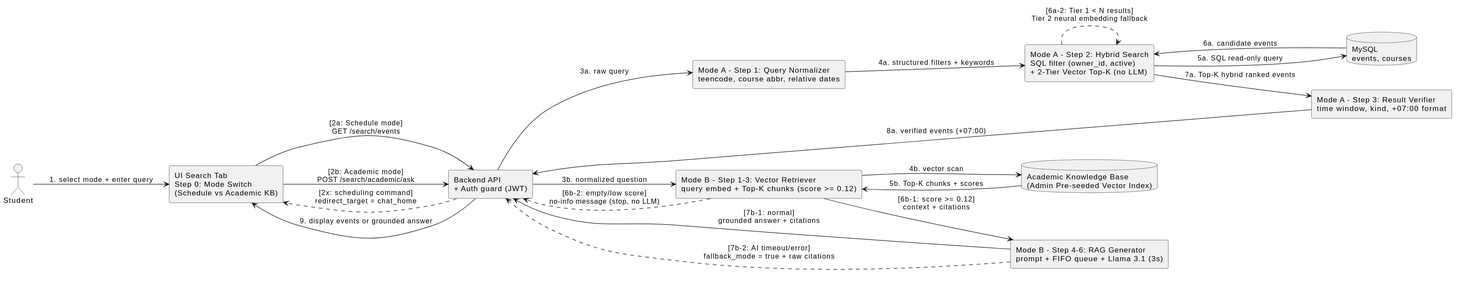
Before: sourceCode/BE/assets/schedule_query.svg, a diagram exported from PlantUML (csc10014-team04/AI-assistant-project-team04). Its diagram source:
```plantuml
@startuml
left to right direction
actor Student
rectangle "UI Search Tab\nStep 0: Mode Switch\n(Schedule vs Academic KB)" as UI
rectangle "Backend API\n+ Auth guard (JWT)" as API

rectangle "Mode A - Step 1: Query Normalizer\nteencode, course abbr, relative dates" as OPT
rectangle "Mode A - Step 2: Hybrid Search\nSQL filter (owner_id, active)\n+ 2-Tier Vector Top-K (no LLM)" as HSRCH
rectangle "Mode A - Step 3: Result Verifier\ntime window, kind, +07:00 format" as VER
database "MySQL\nevents, courses" as DB

rectangle "Mode B - Step 1-3: Vector Retriever\nquery embed + Top-K chunks (score >= 0.12)" as RET
database "Academic Knowledge Base\n(Admin Pre-seeded Vector Index)" as KB
rectangle "Mode B - Step 4-6: RAG Generator\nprompt + FIFO queue + Llama 3.1 (3s)" as RAG

Student --> UI : 1. select mode + enter query

API ..> UI : [2x: scheduling command]\nredirect_target = chat_home

UI --> API : [2a: Schedule mode]\nGET /search/events
API --> OPT : 3a. raw query
OPT --> HSRCH : 4a. structured filters + keywords
HSRCH --> DB : 5a. SQL read-only query
DB --> HSRCH : 6a. candidate events
HSRCH ..> HSRCH : [6a-2: Tier 1 < N results]\nTier 2 neural embedding fallback
HSRCH --> VER : 7a. Top-K hybrid ranked events
VER --> API : 8a. verified events (+07:00)

UI --> API : [2b: Academic mode]\nPOST /search/academic/ask
API --> RET : 3b. normalized question
RET --> KB : 4b. vector scan
KB --> RET : 5b. Top-K chunks + scores
RET --> RAG : [6b-1: score >= 0.12]\ncontext + citations
RET ..> API : [6b-2: empty/low score]\nno-info message (stop, no LLM)
RAG --> API : [7b-1: normal]\ngrounded answer + citations
RAG ..> API : [7b-2: AI timeout/error]\nfallback_mode = true + raw citations

API --> UI : 9. display events or grounded answer
@enduml
```
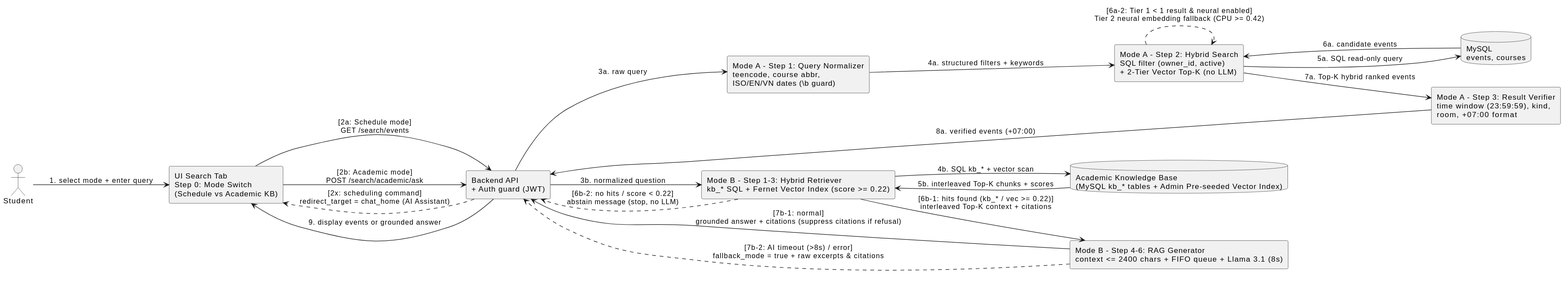
The same diagram one commit later.

Commit message:
docs(be): sync BE README, feature specs, presentation flows, and PUML diagrams with current codebase

The edit, as a diff of the source:
```diff
@@ -4,36 +4,36 @@
 rectangle "UI Search Tab\nStep 0: Mode Switch\n(Schedule vs Academic KB)" as UI
 rectangle "Backend API\n+ Auth guard (JWT)" as API
 
-rectangle "Mode A - Step 1: Query Normalizer\nteencode, course abbr, relative dates" as OPT
+rectangle "Mode A - Step 1: Query Normalizer\nteencode, course abbr,\nISO/EN/VN dates (\\b guard)" as OPT
 rectangle "Mode A - Step 2: Hybrid Search\nSQL filter (owner_id, active)\n+ 2-Tier Vector Top-K (no LLM)" as HSRCH
-rectangle "Mode A - Step 3: Result Verifier\ntime window, kind, +07:00 format" as VER
+rectangle "Mode A - Step 3: Result Verifier\ntime window (23:59:59), kind,\nroom, +07:00 format" as VER
 database "MySQL\nevents, courses" as DB
 
-rectangle "Mode B - Step 1-3: Vector Retriever\nquery embed + Top-K chunks (score >= 0.12)" as RET
-database "Academic Knowledge Base\n(Admin Pre-seeded Vector Index)" as KB
-rectangle "Mode B - Step 4-6: RAG Generator\nprompt + FIFO queue + Llama 3.1 (3s)" as RAG
+rectangle "Mode B - Step 1-3: Hybrid Retriever\nkb_* SQL + Fernet Vector Index (score >= 0.22)" as RET
+database "Academic Knowledge Base\n(MySQL kb_* tables + Admin Pre-seeded Vector Index)" as KB
+rectangle "Mode B - Step 4-6: RAG Generator\ncontext <= 2400 chars + FIFO queue + Llama 3.1 (8s)" as RAG
 
 Student --> UI : 1. select mode + enter query
 
-API ..> UI : [2x: scheduling command]\nredirect_target = chat_home
+API ..> UI : [2x: scheduling command]\nredirect_target = chat_home (AI Assistant)
 
 UI --> API : [2a: Schedule mode]\nGET /search/events
 API --> OPT : 3a. raw query
 OPT --> HSRCH : 4a. structured filters + keywords
 HSRCH --> DB : 5a. SQL read-only query
 DB --> HSRCH : 6a. candidate events
-HSRCH ..> HSRCH : [6a-2: Tier 1 < N results]\nTier 2 neural embedding fallback
+HSRCH ..> HSRCH : [6a-2: Tier 1 < 1 result & neural enabled]\nTier 2 neural embedding fallback (CPU >= 0.42)
 HSRCH --> VER : 7a. Top-K hybrid ranked events
 VER --> API : 8a. verified events (+07:00)
 
 UI --> API : [2b: Academic mode]\nPOST /search/academic/ask
 API --> RET : 3b. normalized question
-RET --> KB : 4b. vector scan
-KB --> RET : 5b. Top-K chunks + scores
-RET --> RAG : [6b-1: score >= 0.12]\ncontext + citations
-RET ..> API : [6b-2: empty/low score]\nno-info message (stop, no LLM)
-RAG --> API : [7b-1: normal]\ngrounded answer + citations
-RAG ..> API : [7b-2: AI timeout/error]\nfallback_mode = true + raw citations
+RET --> KB : 4b. SQL kb_* + vector scan
+KB --> RET : 5b. interleaved Top-K chunks + scores
+RET --> RAG : [6b-1: hits found (kb_* / vec >= 0.22)]\ninterleaved Top-K context + citations
+RET ..> API : [6b-2: no hits / score < 0.22]\nabstain message (stop, no LLM)
+RAG --> API : [7b-1: normal]\ngrounded answer + citations (suppress citations if refusal)
+RAG ..> API : [7b-2: AI timeout (>8s) / error]\nfallback_mode = true + raw excerpts & citations
 
 API --> UI : 9. display events or grounded answer
 @enduml
```
